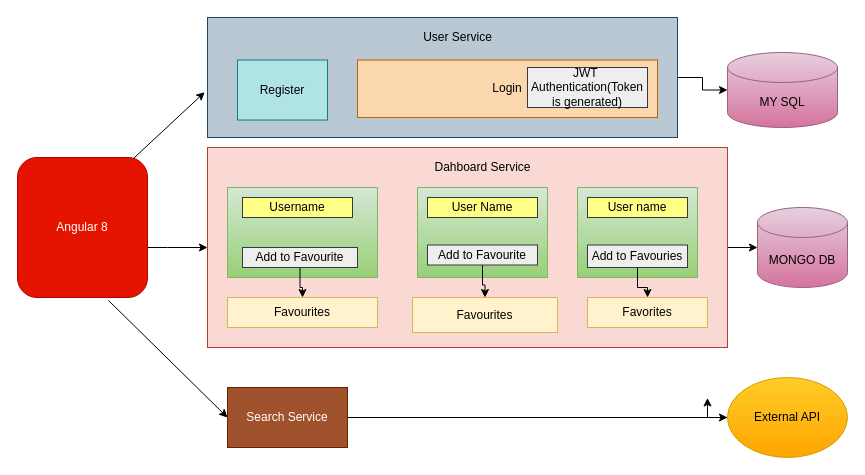
Earlier version of the draw.io diagram Untitled Diagram.drawio (kalavalajyothsna/config-service-repository). Source tidied: cells renumbered, new cells numbered last; positions are measured from the earlier drawing's top-left corner, leaving out a move shared by most shapes. Both pictures are drawn from the tidied source at 100%, with x=0, y=0 at pixel (17, 17).
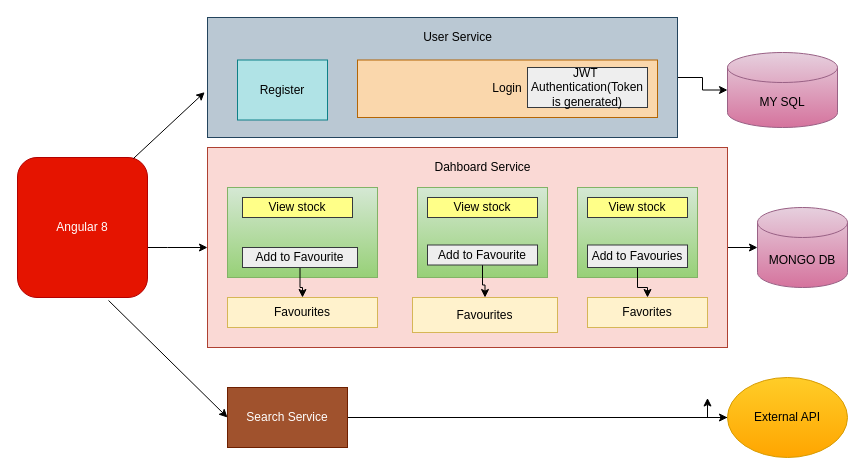
The same diagram, later.

Diff of the diagram source:
```diff
@@
-    <mxCell id="24" value="Username" style="rounded=0;whiteSpace=wrap;html=1;fillColor=#ffff88;strokeColor=#36393d;" parent="1" vertex="1">
+    <mxCell id="24" value="View stock" style="rounded=0;whiteSpace=wrap;html=1;fillColor=#ffff88;strokeColor=#36393d;" parent="1" vertex="1">
       <mxGeometry x="225" y="180" width="110" height="20" as="geometry" />
     </mxCell>
@@
-    <mxCell id="26" value="User Name" style="rounded=0;whiteSpace=wrap;html=1;fillColor=#ffff88;strokeColor=#36393d;" parent="1" vertex="1">
+    <mxCell id="26" value="View stock" style="rounded=0;whiteSpace=wrap;html=1;fillColor=#ffff88;strokeColor=#36393d;" parent="1" vertex="1">
       <mxGeometry x="410" y="180" width="110" height="20" as="geometry" />
     </mxCell>
@@
-    <mxCell id="31" value="User name" style="rounded=0;whiteSpace=wrap;html=1;fillColor=#ffff88;strokeColor=#36393d;" parent="1" vertex="1">
+    <mxCell id="31" value="View stock" style="rounded=0;whiteSpace=wrap;html=1;fillColor=#ffff88;strokeColor=#36393d;" parent="1" vertex="1">
       <mxGeometry x="570" y="180" width="100" height="20" as="geometry" />
     </mxCell>
```
